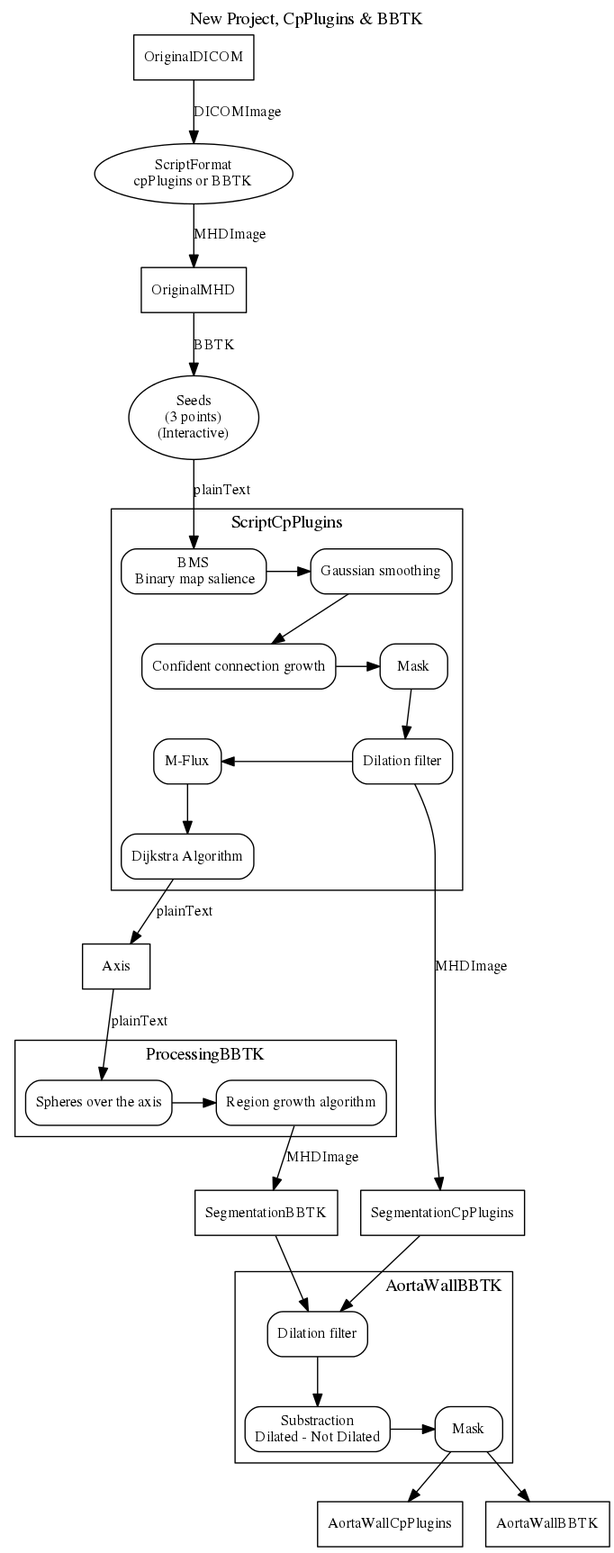
sercharpak/Proyecto_de_grado keeps this Graphviz diagram as docs/new_project.png. Above is the earlier version. Its source is kept beside it as docs/new_project.gv.
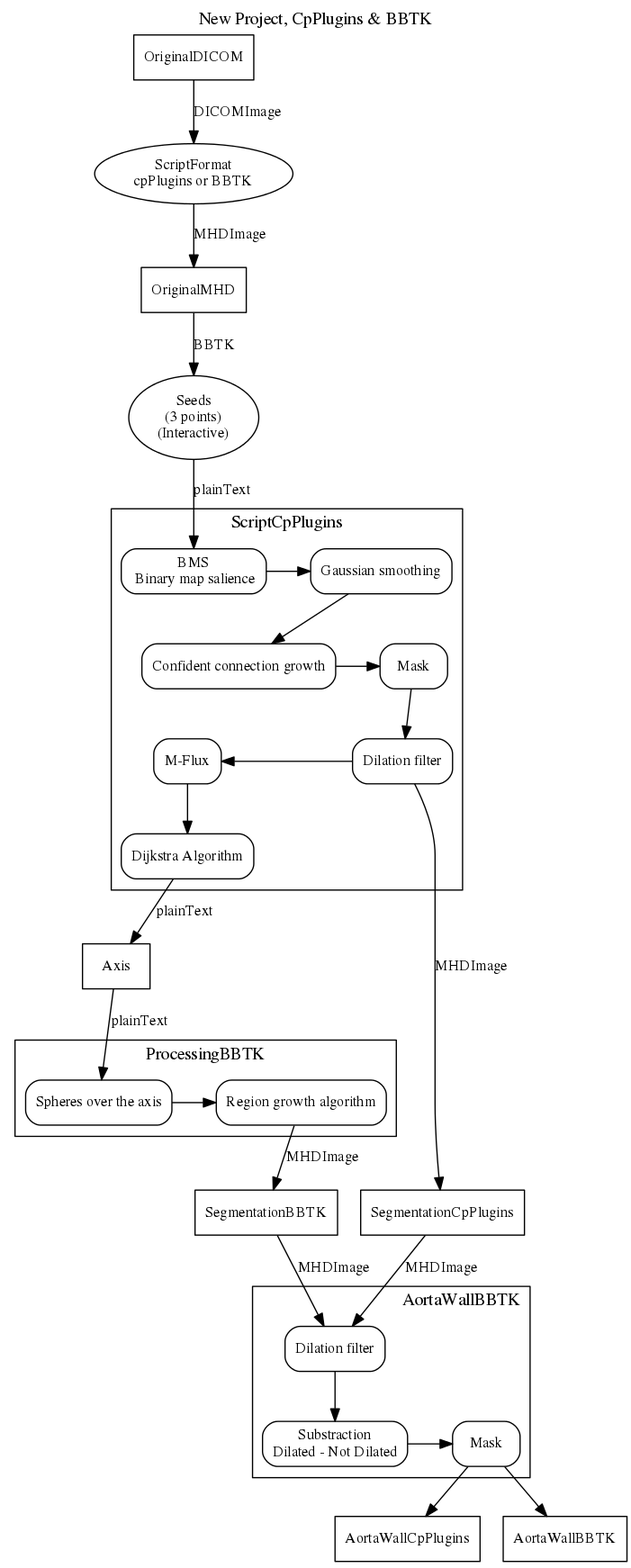
Above is the later version.

Commit message:
Corrected diagrams

Change to the diagram source:
```diff
@@ -53,8 +53,8 @@
 Axis -> BBTK_Spheres[label=plainText];
 BBTK_Spheres -> BBTK_Growth;
 BBTK_Growth -> SegmentationBBTK[label=MHDImage];
-SegmentationCpPlugins -> BBTK_Dilation;
-SegmentationBBTK -> BBTK_Dilation;
+SegmentationCpPlugins -> BBTK_Dilation[label="MHDImage" ];
+SegmentationBBTK -> BBTK_Dilation[label="MHDImage" ];
 BBTK_Dilation -> BBTK_Substraction;
 BBTK_Substraction -> BBTK_Mask;
 BBTK_Mask -> AortaWallCpPlugins;
```
